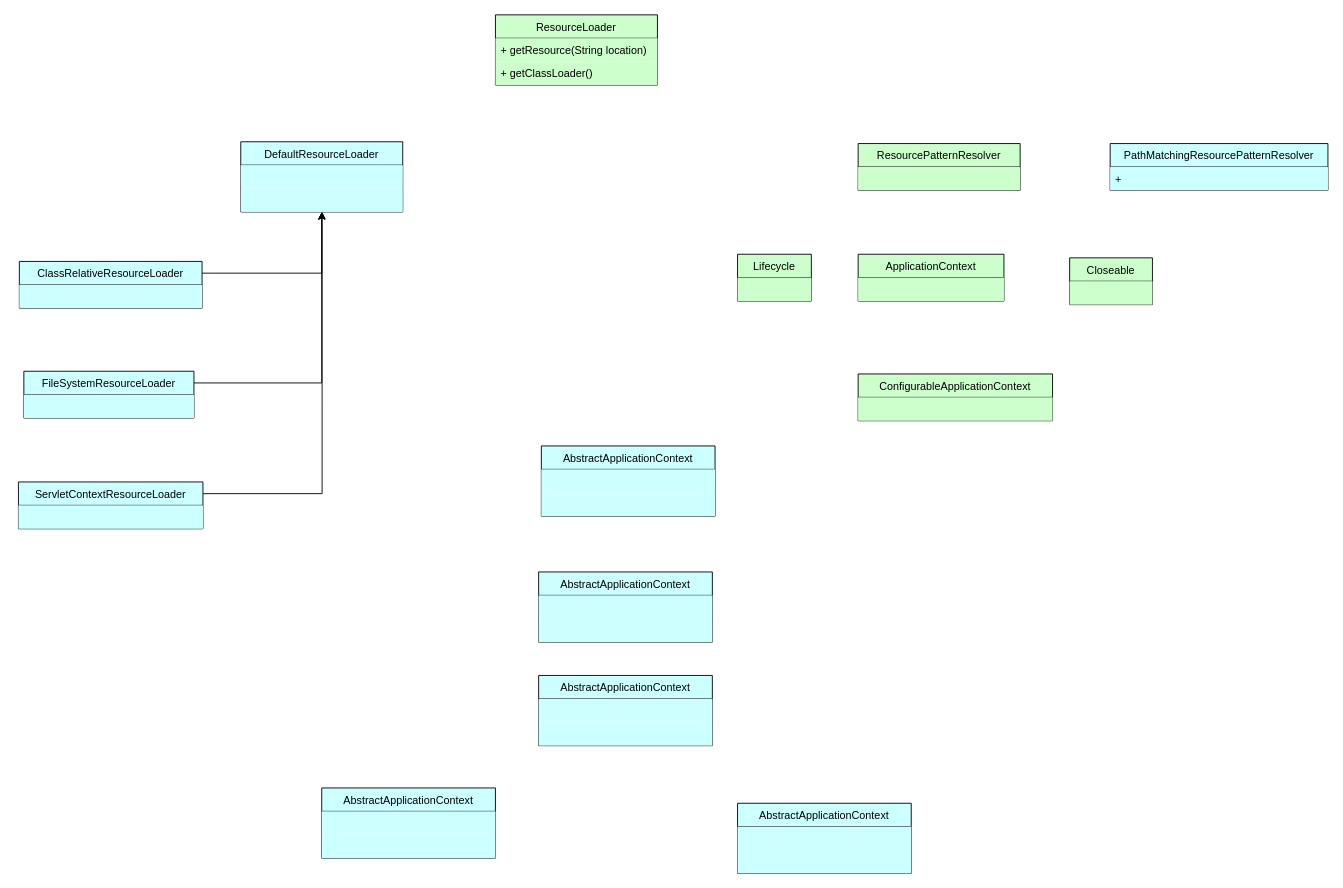
The draw.io diagram spring/ResourceLoader.drawio in MuggleStar/draw_io, before the edit. Source tidied: cells renumbered, new cells numbered last; positions are measured from the earlier drawing's top-left corner, leaving out a move shared by most shapes. Both pictures are drawn from the tidied source at 90%, with x=0, y=0 at pixel (18, 14).
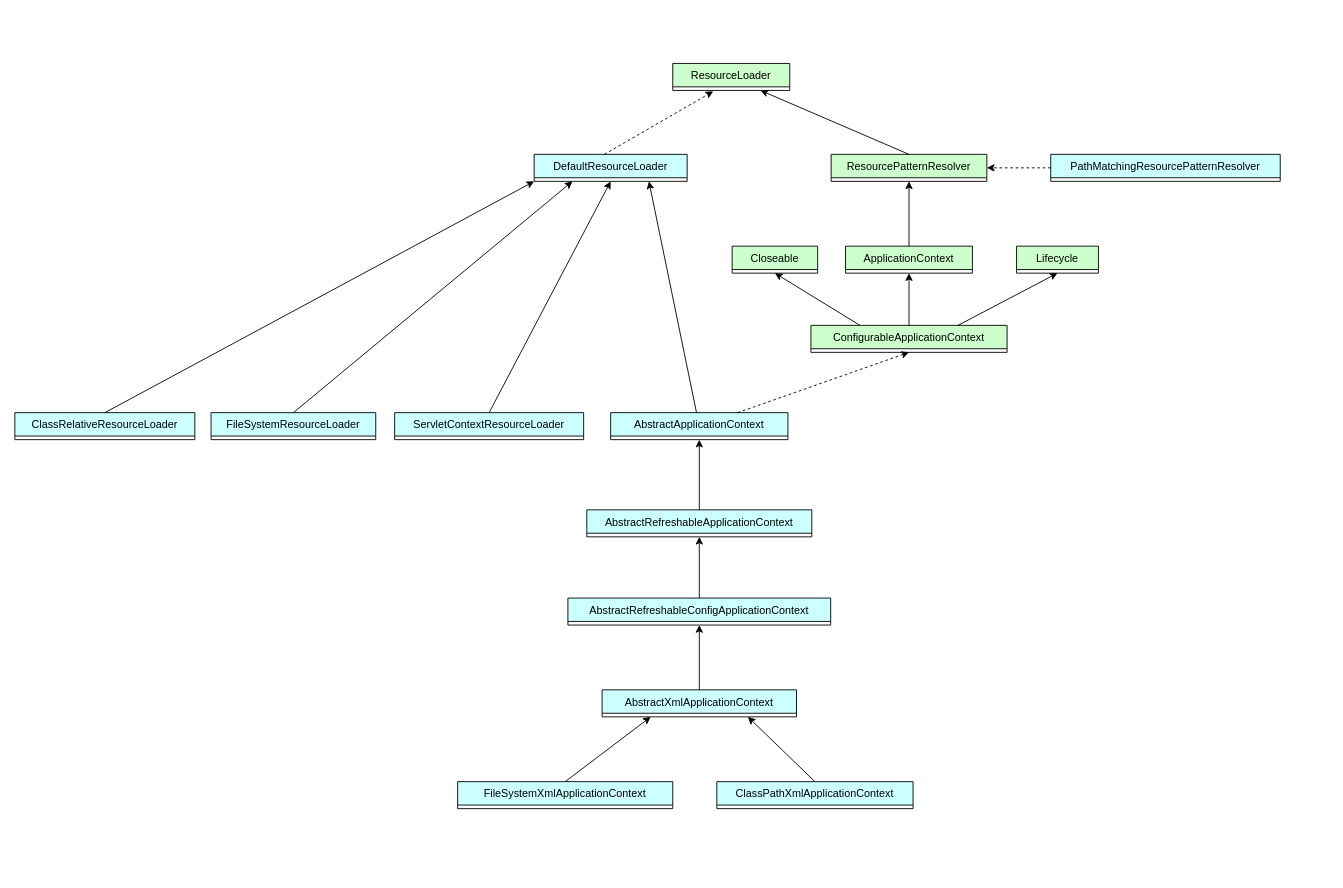
The same page after the edit.

The edit, as a diff of the source:
```diff
@@
-    <mxCell id="2" value="ResourceLoader" style="swimlane;fontStyle=0;horizontal=1;startSize=26;fillColor=#CCFFCC;direction=east;strokeColor=default;swimlaneLine=1;glass=0;rounded=0;shadow=0;" parent="1" vertex="1">
-      <mxGeometry x="530" width="180" height="78" as="geometry" />
+    <mxCell id="2" value="ResourceLoader" style="swimlane;fontStyle=0;horizontal=1;startSize=26;fillColor=#CCFFCC;direction=east;strokeColor=default;swimlaneLine=1;glass=0;rounded=0;shadow=0;" parent="1" vertex="1" collapsed="1">
+      <mxGeometry x="727" y="54" width="130" height="30" as="geometry" />
     </mxCell>
-    <mxCell id="3" value="+ getResource(String location)" style="text;strokeColor=none;fillColor=#CCFFCC;align=left;verticalAlign=top;spacingLeft=4;spacingRight=4;overflow=hidden;" parent="2" vertex="1">
-      <mxGeometry y="26" width="180" height="26" as="geometry" />
-    </mxCell>
-    <mxCell id="4" value="+ getClassLoader()" style="text;strokeColor=none;fillColor=#CCFFCC;align=left;verticalAlign=top;spacingLeft=4;spacingRight=4;overflow=hidden;" parent="2" vertex="1">
-      <mxGeometry y="52" width="180" height="26" as="geometry" />
-    </mxCell>
-    <mxCell id="5" value="DefaultResourceLoader" style="swimlane;fontStyle=0;horizontal=1;startSize=26;fillColor=#CCFFFF;direction=east;strokeColor=default;swimlaneLine=1;glass=0;rounded=0;shadow=0;" parent="1" vertex="1">
-      <mxGeometry x="247" y="141" width="180" height="78" as="geometry" />
+    <mxCell id="5" value="DefaultResourceLoader" style="swimlane;fontStyle=0;horizontal=1;startSize=26;fillColor=#CCFFFF;direction=east;strokeColor=default;swimlaneLine=1;glass=0;rounded=0;shadow=0;" parent="1" vertex="1" collapsed="1">
+      <mxGeometry x="573" y="155" width="170" height="30" as="geometry" />
     </mxCell>
-    <mxCell id="6" style="text;strokeColor=none;fillColor=#CCFFFF;align=left;verticalAlign=top;spacingLeft=4;spacingRight=4;overflow=hidden;" parent="5" vertex="1">
-      <mxGeometry y="26" width="180" height="26" as="geometry" />
-    </mxCell>
-    <mxCell id="7" style="text;strokeColor=none;fillColor=#CCFFFF;align=left;verticalAlign=top;spacingLeft=4;spacingRight=4;overflow=hidden;points=[[0,0.5],[1,0.5]];portConstraint=eastwest;" parent="5" vertex="1">
-      <mxGeometry y="52" width="180" height="26" as="geometry" />
-    </mxCell>
-    <mxCell id="8" value="ResourcePatternResolver" style="swimlane;fontStyle=0;horizontal=1;startSize=26;fillColor=#CCFFCC;direction=east;strokeColor=default;swimlaneLine=1;glass=0;rounded=0;shadow=0;" parent="1" vertex="1">
-      <mxGeometry x="933" y="143" width="180" height="52" as="geometry" />
+    <mxCell id="8" value="ResourcePatternResolver" style="swimlane;fontStyle=0;horizontal=1;startSize=26;fillColor=#CCFFCC;direction=east;strokeColor=default;swimlaneLine=1;glass=0;rounded=0;shadow=0;" parent="1" vertex="1" collapsed="1">
+      <mxGeometry x="903" y="155" width="173" height="30" as="geometry" />
     </mxCell>
-    <mxCell id="9" style="text;strokeColor=none;fillColor=#CCFFCC;align=left;verticalAlign=top;spacingLeft=4;spacingRight=4;overflow=hidden;" parent="8" vertex="1">
-      <mxGeometry y="26" width="180" height="26" as="geometry" />
-    </mxCell>
-    <mxCell id="10" value="PathMatchingResourcePatternResolver" style="swimlane;fontStyle=0;horizontal=1;startSize=26;fillColor=#CCFFFF;direction=east;strokeColor=default;swimlaneLine=1;glass=0;rounded=0;shadow=0;" parent="1" vertex="1">
-      <mxGeometry x="1213" y="143" width="242" height="52" as="geometry" />
+    <mxCell id="10" value="PathMatchingResourcePatternResolver" style="swimlane;fontStyle=0;horizontal=1;startSize=26;fillColor=#CCFFFF;direction=east;strokeColor=default;swimlaneLine=1;glass=0;rounded=0;shadow=0;" parent="1" vertex="1" collapsed="1">
+      <mxGeometry x="1147" y="155" width="255" height="30" as="geometry" />
     </mxCell>
-    <mxCell id="11" value="+ " style="text;strokeColor=none;fillColor=#CCFFFF;align=left;verticalAlign=top;spacingLeft=4;spacingRight=4;overflow=hidden;" parent="10" vertex="1">
-      <mxGeometry y="26" width="242" height="26" as="geometry" />
-    </mxCell>
-    <mxCell id="12" value="ApplicationContext" style="swimlane;fontStyle=0;horizontal=1;startSize=26;fillColor=#CCFFCC;direction=east;strokeColor=default;swimlaneLine=1;glass=0;rounded=0;shadow=0;" parent="1" vertex="1">
-      <mxGeometry x="933" y="266" width="162" height="52" as="geometry" />
+    <mxCell id="12" value="ApplicationContext" style="swimlane;fontStyle=0;horizontal=1;startSize=26;fillColor=#CCFFCC;direction=east;strokeColor=default;swimlaneLine=1;glass=0;rounded=0;shadow=0;" parent="1" vertex="1" collapsed="1">
+      <mxGeometry x="919" y="257" width="141" height="30" as="geometry" />
     </mxCell>
-    <mxCell id="13" style="text;strokeColor=none;fillColor=#CCFFCC;align=left;verticalAlign=top;spacingLeft=4;spacingRight=4;overflow=hidden;" parent="12" vertex="1">
-      <mxGeometry y="26" width="162" height="26" as="geometry" />
-    </mxCell>
+    <mxCell id="15" value="ClassRelativeResourceLoader" style="swimlane;fontStyle=0;horizontal=1;startSize=26;fillColor=#CCFFFF;direction=east;strokeColor=default;swimlaneLine=1;glass=0;rounded=0;shadow=0;" parent="1" vertex="1" collapsed="1">
+      <mxGeometry x="-4" y="442" width="200" height="30" as="geometry" />
+    </mxCell>
+    <mxCell id="18" value="FileSystemResourceLoader" style="swimlane;fontStyle=0;horizontal=1;startSize=26;fillColor=#CCFFFF;direction=east;strokeColor=default;swimlaneLine=1;glass=0;rounded=0;shadow=0;" parent="1" vertex="1" collapsed="1">
+      <mxGeometry x="214" y="442" width="183" height="30" as="geometry" />
+    </mxCell>
+    <mxCell id="21" value="ServletContextResourceLoader" style="swimlane;fontStyle=0;horizontal=1;startSize=26;fillColor=#CCFFFF;direction=east;strokeColor=default;swimlaneLine=1;glass=0;rounded=0;shadow=0;" parent="1" vertex="1" collapsed="1">
+      <mxGeometry x="418" y="442" width="210" height="30" as="geometry" />
+    </mxCell>
+    <mxCell id="23" value="AbstractApplicationContext" style="swimlane;fontStyle=0;horizontal=1;startSize=26;fillColor=#CCFFFF;direction=east;strokeColor=default;swimlaneLine=1;glass=0;rounded=0;shadow=0;" parent="1" vertex="1" collapsed="1">
+      <mxGeometry x="658" y="442" width="197" height="30" as="geometry" />
+    </mxCell>
+    <mxCell id="26" value="ConfigurableApplicationContext" style="swimlane;fontStyle=0;horizontal=1;startSize=26;fillColor=#CCFFCC;direction=east;strokeColor=default;swimlaneLine=1;glass=0;rounded=0;shadow=0;" parent="1" vertex="1" collapsed="1">
+      <mxGeometry x="880.5" y="345" width="218" height="30" as="geometry" />
+    </mxCell>
+    <mxCell id="28" value="Lifecycle" style="swimlane;fontStyle=0;horizontal=1;startSize=26;fillColor=#CCFFCC;direction=east;strokeColor=default;swimlaneLine=1;glass=0;rounded=0;shadow=0;" parent="1" vertex="1" collapsed="1">
+      <mxGeometry x="1109" y="257" width="91" height="30" as="geometry" />
+    </mxCell>
+    <mxCell id="30" value="Closeable" style="swimlane;fontStyle=0;horizontal=1;startSize=26;fillColor=#CCFFCC;direction=east;strokeColor=default;swimlaneLine=1;glass=0;rounded=0;shadow=0;" parent="1" vertex="1" collapsed="1">
+      <mxGeometry x="793" y="257" width="95" height="30" as="geometry" />
+    </mxCell>
+    <mxCell id="32" value="AbstractRefreshableApplicationContext" style="swimlane;fontStyle=0;horizontal=1;startSize=26;fillColor=#CCFFFF;direction=east;strokeColor=default;swimlaneLine=1;glass=0;rounded=0;shadow=0;" parent="1" vertex="1" collapsed="1">
+      <mxGeometry x="631.5" y="550" width="250" height="30" as="geometry" />
+    </mxCell>
+    <mxCell id="35" value="AbstractRefreshableConfigApplicationContext" style="swimlane;fontStyle=0;horizontal=1;startSize=26;fillColor=#CCFFFF;direction=east;strokeColor=default;swimlaneLine=1;glass=0;rounded=0;shadow=0;" parent="1" vertex="1" collapsed="1">
+      <mxGeometry x="610.5" y="648" width="292" height="30" as="geometry" />
+    </mxCell>
+    <mxCell id="38" value="AbstractXmlApplicationContext" style="swimlane;fontStyle=0;horizontal=1;startSize=26;fillColor=#CCFFFF;direction=east;strokeColor=default;swimlaneLine=1;glass=0;rounded=0;shadow=0;" parent="1" vertex="1" collapsed="1">
+      <mxGeometry x="648.5" y="750" width="216" height="30" as="geometry" />
+    </mxCell>
+    <mxCell id="41" value="ClassPathXmlApplicationContext" style="swimlane;fontStyle=0;horizontal=1;startSize=26;fillColor=#CCFFFF;direction=east;strokeColor=default;swimlaneLine=1;glass=0;rounded=0;shadow=0;" parent="1" vertex="1" collapsed="1">
+      <mxGeometry x="776" y="852" width="218" height="30" as="geometry" />
+    </mxCell>
+    <mxCell id="44" value="FileSystemXmlApplicationContext" style="swimlane;fontStyle=0;horizontal=1;startSize=26;fillColor=#CCFFFF;direction=east;strokeColor=default;swimlaneLine=1;glass=0;rounded=0;shadow=0;" parent="1" vertex="1" collapsed="1">
+      <mxGeometry x="488" y="852" width="239" height="30" as="geometry" />
+    </mxCell>
-    <mxCell id="14" style="edgeStyle=orthogonalEdgeStyle;rounded=0;jettySize=auto;html=1;exitX=1;exitY=0.25;exitDx=0;exitDy=0;entryX=0.5;entryY=1;entryDx=0;entryDy=0;" parent="1" edge="1" source="15" target="5">
+    <mxCell id="14" style="endArrow=classic;html=1;rounded=0;entryX=0;entryY=1;entryDx=0;entryDy=0;exitX=0.5;exitY=0;exitDx=0;exitDy=0;" parent="1" edge="1" source="15" target="5">
       <mxGeometry relative="1" as="geometry" />
     </mxCell>
-    <mxCell id="15" value="ClassRelativeResourceLoader" style="swimlane;fontStyle=0;horizontal=1;startSize=26;fillColor=#CCFFFF;direction=east;strokeColor=default;swimlaneLine=1;glass=0;rounded=0;shadow=0;" parent="1" vertex="1">
-      <mxGeometry x="1" y="274" width="203" height="52" as="geometry" />
-    </mxCell>
-    <mxCell id="16" style="text;strokeColor=none;fillColor=#CCFFFF;align=left;verticalAlign=top;spacingLeft=4;spacingRight=4;overflow=hidden;" parent="15" vertex="1">
-      <mxGeometry y="26" width="203" height="26" as="geometry" />
-    </mxCell>
-    <mxCell id="17" style="edgeStyle=orthogonalEdgeStyle;rounded=0;jettySize=auto;html=1;exitX=1;exitY=0.25;exitDx=0;exitDy=0;entryX=0.5;entryY=1;entryDx=0;entryDy=0;" parent="1" edge="1" source="18" target="5">
+    <mxCell id="17" style="endArrow=classic;html=1;rounded=0;entryX=0.25;entryY=1;entryDx=0;entryDy=0;exitX=0.5;exitY=0;exitDx=0;exitDy=0;" parent="1" edge="1" source="18" target="5">
       <mxGeometry relative="1" as="geometry" />
     </mxCell>
-    <mxCell id="18" value="FileSystemResourceLoader" style="swimlane;fontStyle=0;horizontal=1;startSize=26;fillColor=#CCFFFF;direction=east;strokeColor=default;swimlaneLine=1;glass=0;rounded=0;shadow=0;" parent="1" vertex="1">
-      <mxGeometry x="6" y="396" width="189" height="52" as="geometry" />
-    </mxCell>
-    <mxCell id="19" style="text;strokeColor=none;fillColor=#CCFFFF;align=left;verticalAlign=top;spacingLeft=4;spacingRight=4;overflow=hidden;" parent="18" vertex="1">
-      <mxGeometry y="26" width="189" height="26" as="geometry" />
-    </mxCell>
-    <mxCell id="20" style="edgeStyle=orthogonalEdgeStyle;rounded=0;jettySize=auto;html=1;exitX=1;exitY=0.25;exitDx=0;exitDy=0;entryX=0.502;entryY=0.991;entryDx=0;entryDy=0;entryPerimeter=0;" parent="1" edge="1" source="21" target="7">
-      <mxGeometry relative="1" as="geometry" />
-    </mxCell>
-    <mxCell id="21" value="ServletContextResourceLoader" style="swimlane;fontStyle=0;horizontal=1;startSize=26;fillColor=#CCFFFF;direction=east;strokeColor=default;swimlaneLine=1;glass=0;rounded=0;shadow=0;" parent="1" vertex="1">
-      <mxGeometry y="519" width="205" height="52" as="geometry" />
-    </mxCell>
-    <mxCell id="22" style="text;strokeColor=none;fillColor=#CCFFFF;align=left;verticalAlign=top;spacingLeft=4;spacingRight=4;overflow=hidden;" parent="21" vertex="1">
-      <mxGeometry y="26" width="205" height="26" as="geometry" />
-    </mxCell>
-    <mxCell id="23" value="AbstractApplicationContext" style="swimlane;fontStyle=0;horizontal=1;startSize=26;fillColor=#CCFFFF;direction=east;strokeColor=default;swimlaneLine=1;glass=0;rounded=0;shadow=0;" parent="1" vertex="1">
-      <mxGeometry x="581" y="479" width="193" height="78" as="geometry" />
-    </mxCell>
-    <mxCell id="24" style="text;strokeColor=none;fillColor=#CCFFFF;align=left;verticalAlign=top;spacingLeft=4;spacingRight=4;overflow=hidden;" parent="23" vertex="1">
-      <mxGeometry y="26" width="193" height="26" as="geometry" />
-    </mxCell>
-    <mxCell id="25" style="text;strokeColor=none;fillColor=#CCFFFF;align=left;verticalAlign=top;spacingLeft=4;spacingRight=4;overflow=hidden;" parent="23" vertex="1">
-      <mxGeometry y="52" width="193" height="26" as="geometry" />
-    </mxCell>
-    <mxCell id="26" value="ConfigurableApplicationContext" style="swimlane;fontStyle=0;horizontal=1;startSize=26;fillColor=#CCFFCC;direction=east;strokeColor=default;swimlaneLine=1;glass=0;rounded=0;shadow=0;" parent="1" vertex="1">
-      <mxGeometry x="933" y="399" width="216" height="52" as="geometry" />
-    </mxCell>
-    <mxCell id="27" style="text;strokeColor=none;fillColor=#CCFFCC;align=left;verticalAlign=top;spacingLeft=4;spacingRight=4;overflow=hidden;" parent="26" vertex="1">
-      <mxGeometry y="26" width="216" height="26" as="geometry" />
-    </mxCell>
-    <mxCell id="28" value="Lifecycle" style="swimlane;fontStyle=0;horizontal=1;startSize=26;fillColor=#CCFFCC;direction=east;strokeColor=default;swimlaneLine=1;glass=0;rounded=0;shadow=0;" parent="1" vertex="1">
-      <mxGeometry x="799" y="266" width="82" height="52" as="geometry" />
-    </mxCell>
-    <mxCell id="29" style="text;strokeColor=none;fillColor=#CCFFCC;align=left;verticalAlign=top;spacingLeft=4;spacingRight=4;overflow=hidden;" parent="28" vertex="1">
-      <mxGeometry y="26" width="82" height="26" as="geometry" />
-    </mxCell>
-    <mxCell id="30" value="Closeable" style="swimlane;fontStyle=0;horizontal=1;startSize=26;fillColor=#CCFFCC;direction=east;strokeColor=default;swimlaneLine=1;glass=0;rounded=0;shadow=0;" parent="1" vertex="1">
-      <mxGeometry x="1168" y="270" width="92" height="52" as="geometry" />
-    </mxCell>
-    <mxCell id="31" style="text;strokeColor=none;fillColor=#CCFFCC;align=left;verticalAlign=top;spacingLeft=4;spacingRight=4;overflow=hidden;" parent="30" vertex="1">
-      <mxGeometry y="26" width="92" height="26" as="geometry" />
-    </mxCell>
-    <mxCell id="32" value="AbstractApplicationContext" style="swimlane;fontStyle=0;horizontal=1;startSize=26;fillColor=#CCFFFF;direction=east;strokeColor=default;swimlaneLine=1;glass=0;rounded=0;shadow=0;" parent="1" vertex="1">
-      <mxGeometry x="578" y="619" width="193" height="78" as="geometry" />
-    </mxCell>
-    <mxCell id="33" style="text;strokeColor=none;fillColor=#CCFFFF;align=left;verticalAlign=top;spacingLeft=4;spacingRight=4;overflow=hidden;" parent="32" vertex="1">
-      <mxGeometry y="26" width="193" height="26" as="geometry" />
-    </mxCell>
-    <mxCell id="34" style="text;strokeColor=none;fillColor=#CCFFFF;align=left;verticalAlign=top;spacingLeft=4;spacingRight=4;overflow=hidden;" parent="32" vertex="1">
-      <mxGeometry y="52" width="193" height="26" as="geometry" />
-    </mxCell>
-    <mxCell id="35" value="AbstractApplicationContext" style="swimlane;fontStyle=0;horizontal=1;startSize=26;fillColor=#CCFFFF;direction=east;strokeColor=default;swimlaneLine=1;glass=0;rounded=0;shadow=0;" parent="1" vertex="1">
-      <mxGeometry x="578" y="734" width="193" height="78" as="geometry" />
-    </mxCell>
-    <mxCell id="36" style="text;strokeColor=none;fillColor=#CCFFFF;align=left;verticalAlign=top;spacingLeft=4;spacingRight=4;overflow=hidden;" parent="35" vertex="1">
-      <mxGeometry y="26" width="193" height="26" as="geometry" />
-    </mxCell>
-    <mxCell id="37" style="text;strokeColor=none;fillColor=#CCFFFF;align=left;verticalAlign=top;spacingLeft=4;spacingRight=4;overflow=hidden;" parent="35" vertex="1">
-      <mxGeometry y="52" width="193" height="26" as="geometry" />
-    </mxCell>
-    <mxCell id="38" value="AbstractApplicationContext" style="swimlane;fontStyle=0;horizontal=1;startSize=26;fillColor=#CCFFFF;direction=east;strokeColor=default;swimlaneLine=1;glass=0;rounded=0;shadow=0;" parent="1" vertex="1">
-      <mxGeometry x="337" y="859" width="193" height="78" as="geometry" />
-    </mxCell>
-    <mxCell id="39" style="text;strokeColor=none;fillColor=#CCFFFF;align=left;verticalAlign=top;spacingLeft=4;spacingRight=4;overflow=hidden;" parent="38" vertex="1">
-      <mxGeometry y="26" width="193" height="26" as="geometry" />
-    </mxCell>
-    <mxCell id="40" style="text;strokeColor=none;fillColor=#CCFFFF;align=left;verticalAlign=top;spacingLeft=4;spacingRight=4;overflow=hidden;" parent="38" vertex="1">
-      <mxGeometry y="52" width="193" height="26" as="geometry" />
-    </mxCell>
-    <mxCell id="41" value="AbstractApplicationContext" style="swimlane;fontStyle=0;horizontal=1;startSize=26;fillColor=#CCFFFF;direction=east;strokeColor=default;swimlaneLine=1;glass=0;rounded=0;shadow=0;" parent="1" vertex="1">
-      <mxGeometry x="799" y="876" width="193" height="78" as="geometry" />
-    </mxCell>
-    <mxCell id="42" style="text;strokeColor=none;fillColor=#CCFFFF;align=left;verticalAlign=top;spacingLeft=4;spacingRight=4;overflow=hidden;" parent="41" vertex="1">
-      <mxGeometry y="26" width="193" height="26" as="geometry" />
-    </mxCell>
-    <mxCell id="43" style="text;strokeColor=none;fillColor=#CCFFFF;align=left;verticalAlign=top;spacingLeft=4;spacingRight=4;overflow=hidden;" parent="41" vertex="1">
-      <mxGeometry y="52" width="193" height="26" as="geometry" />
-    </mxCell>
+    <mxCell id="45" style="endArrow=classic;html=1;rounded=0;entryX=0.5;entryY=1;entryDx=0;entryDy=0;exitX=0.5;exitY=0;exitDx=0;exitDy=0;" parent="1" edge="1" source="21" target="5">
+      <mxGeometry relative="1" as="geometry" />
+    </mxCell>
+    <mxCell id="46" style="endArrow=classic;html=1;rounded=0;entryX=0.5;entryY=1;entryDx=0;entryDy=0;dashed=1;" parent="1" edge="1" source="23" target="26">
+      <mxGeometry relative="1" as="geometry" />
+    </mxCell>
+    <mxCell id="47" style="endArrow=classic;html=1;rounded=0;entryX=0.75;entryY=1;entryDx=0;entryDy=0;" parent="1" edge="1" source="23" target="5">
+      <mxGeometry relative="1" as="geometry" />
+    </mxCell>
+    <mxCell id="48" style="endArrow=classic;html=1;rounded=0;entryX=0.5;entryY=1;entryDx=0;entryDy=0;exitX=0.5;exitY=0;exitDx=0;exitDy=0;" parent="1" edge="1" source="32" target="23">
+      <mxGeometry relative="1" as="geometry" />
+    </mxCell>
+    <mxCell id="49" style="endArrow=classic;html=1;rounded=0;entryX=0.5;entryY=1;entryDx=0;entryDy=0;exitX=0.5;exitY=0;exitDx=0;exitDy=0;" parent="1" edge="1" source="35" target="32">
+      <mxGeometry relative="1" as="geometry" />
+    </mxCell>
+    <mxCell id="50" style="endArrow=classic;html=1;rounded=0;entryX=0.5;entryY=1;entryDx=0;entryDy=0;exitX=0.5;exitY=0;exitDx=0;exitDy=0;" parent="1" edge="1" source="38" target="35">
+      <mxGeometry relative="1" as="geometry" />
+    </mxCell>
+    <mxCell id="51" style="endArrow=classic;html=1;rounded=0;entryX=0.25;entryY=1;entryDx=0;entryDy=0;exitX=0.5;exitY=0;exitDx=0;exitDy=0;" parent="1" edge="1" source="44" target="38">
+      <mxGeometry relative="1" as="geometry" />
+    </mxCell>
+    <mxCell id="52" style="endArrow=classic;html=1;rounded=0;entryX=0.75;entryY=1;entryDx=0;entryDy=0;exitX=0.5;exitY=0;exitDx=0;exitDy=0;" parent="1" edge="1" source="41" target="38">
+      <mxGeometry relative="1" as="geometry" />
+    </mxCell>
+    <mxCell id="53" style="endArrow=classic;html=1;rounded=0;dashed=1;" parent="1" edge="1">
+      <mxGeometry relative="1" as="geometry">
+        <mxPoint x="651" y="155" as="sourcePoint" />
+        <mxPoint x="772" y="85" as="targetPoint" />
+      </mxGeometry>
+    </mxCell>
+    <mxCell id="54" style="endArrow=classic;html=1;rounded=0;entryX=0.5;entryY=1;entryDx=0;entryDy=0;exitX=0.5;exitY=0;exitDx=0;exitDy=0;" parent="1" edge="1" source="26" target="12">
+      <mxGeometry relative="1" as="geometry" />
+    </mxCell>
+    <mxCell id="55" style="endArrow=classic;html=1;rounded=0;entryX=0.5;entryY=1;entryDx=0;entryDy=0;exitX=0.5;exitY=0;exitDx=0;exitDy=0;" parent="1" edge="1" source="12" target="8">
+      <mxGeometry relative="1" as="geometry" />
+    </mxCell>
+    <mxCell id="56" style="endArrow=classic;html=1;rounded=0;entryX=1;entryY=0.5;entryDx=0;entryDy=0;exitX=0;exitY=0.5;exitDx=0;exitDy=0;dashed=1;" parent="1" edge="1" source="10" target="8">
+      <mxGeometry relative="1" as="geometry" />
+    </mxCell>
+    <mxCell id="57" style="endArrow=classic;html=1;rounded=0;entryX=0.75;entryY=1;entryDx=0;entryDy=0;exitX=0.5;exitY=0;exitDx=0;exitDy=0;" parent="1" edge="1" source="8" target="2">
+      <mxGeometry relative="1" as="geometry" />
+    </mxCell>
+    <mxCell id="58" style="endArrow=classic;html=1;rounded=0;entryX=0.5;entryY=1;entryDx=0;entryDy=0;exitX=0.25;exitY=0;exitDx=0;exitDy=0;" parent="1" edge="1" source="26" target="30">
+      <mxGeometry relative="1" as="geometry" />
+    </mxCell>
+    <mxCell id="59" style="endArrow=classic;html=1;rounded=0;entryX=0.5;entryY=1;entryDx=0;entryDy=0;exitX=0.75;exitY=0;exitDx=0;exitDy=0;" parent="1" edge="1" source="26" target="28">
+      <mxGeometry relative="1" as="geometry" />
+    </mxCell>
```
